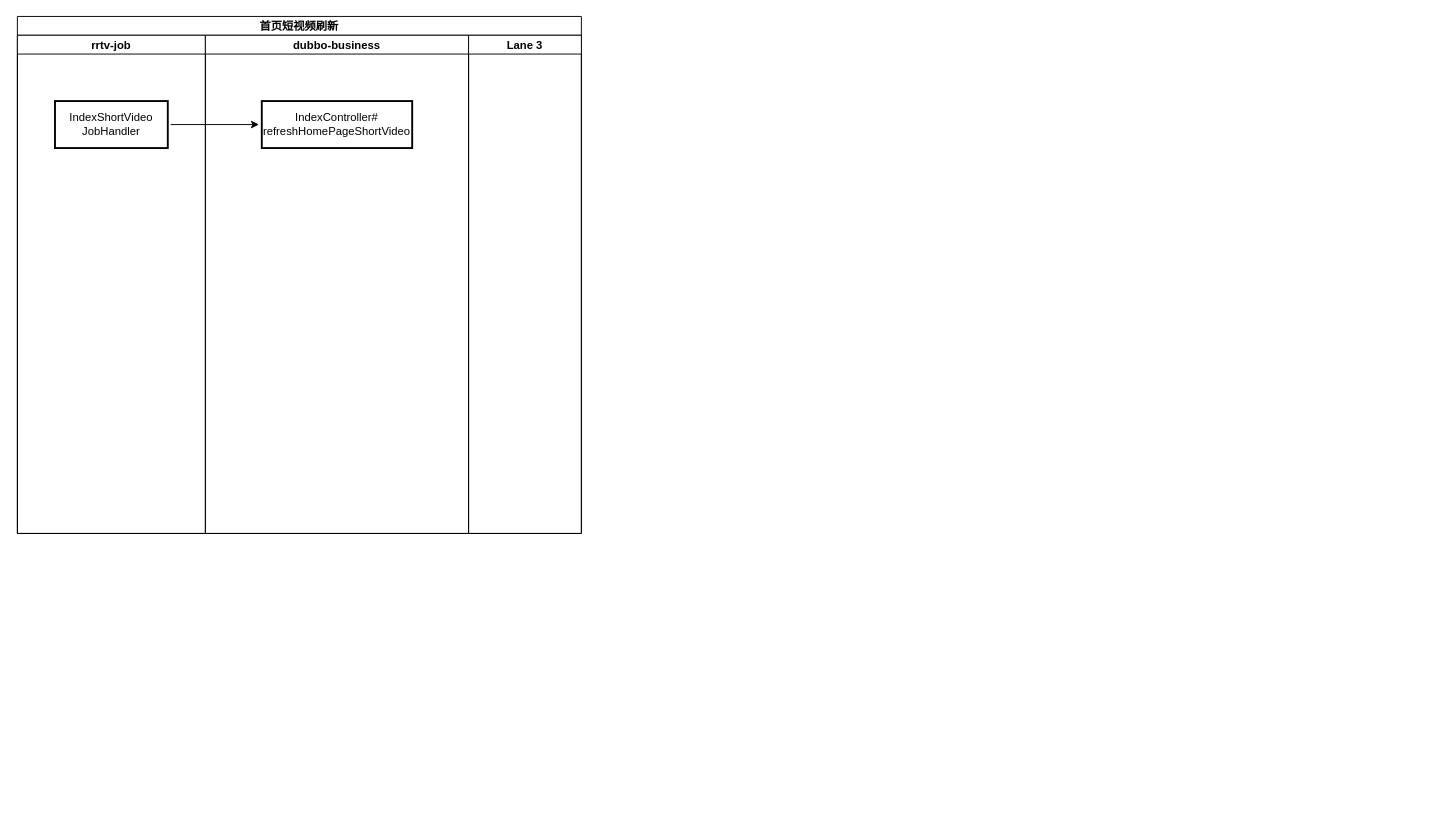
Above: page "首页job" (2 of 2) of 增量是否有版权.drawio in songmulin/rr-business (draw.io), before the change. Source tidied: cells renumbered, new cells numbered last; positions are measured from the earlier drawing's top-left corner, leaving out a move shared by most shapes. Both pictures are drawn from the tidied source at 94%, with x=0, y=0 at pixel (17, 16).
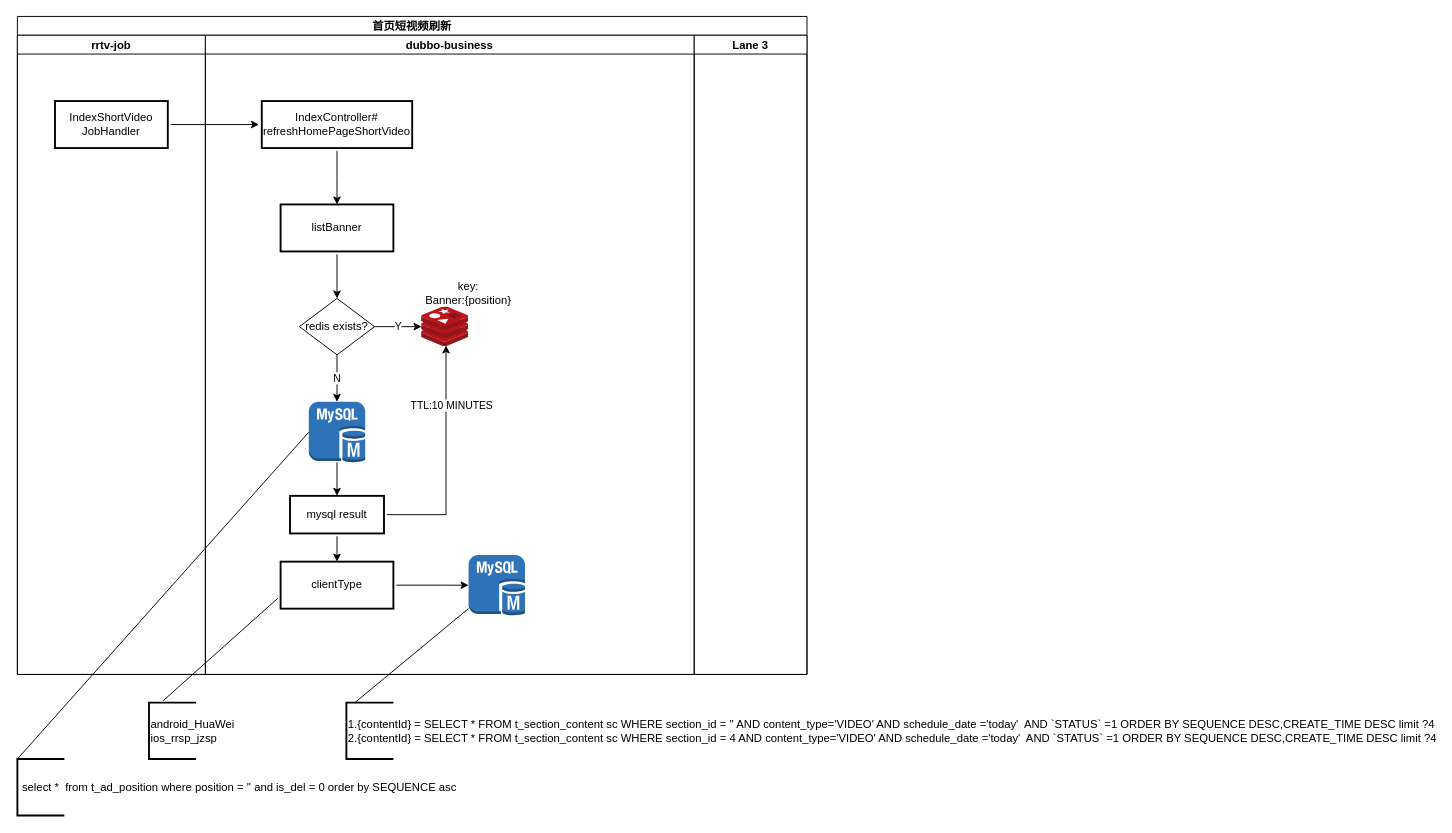
The same page after the edit.

The change refers to these unchanged cells:
```xml
<mxCell id="6" value="IndexController#&lt;br&gt;refreshHomePageShortVideo" style="rounded=0;whiteSpace=wrap;html=1;hachureGap=4;strokeWidth=2;perimeterSpacing=3;direction=west;" parent="5" vertex="1">
  <mxGeometry x="60" y="70" width="160" height="50" as="geometry" />
</mxCell>
```

What changed in the source:
```diff
@@
     <mxCell id="2" value="首页短视频刷新" style="swimlane;startSize=20;hachureGap=4;" parent="1" vertex="1">
-      <mxGeometry width="600" height="550" as="geometry" />
+      <mxGeometry width="840" height="700" as="geometry" />
     </mxCell>
     <mxCell id="3" value="rrtv-job" style="swimlane;startSize=20;" parent="2" vertex="1">
-      <mxGeometry y="20" width="200" height="530" as="geometry" />
+      <mxGeometry y="20" width="200" height="680" as="geometry" />
     </mxCell>
@@
     <mxCell id="5" value="dubbo-business" style="swimlane;startSize=20;" parent="2" vertex="1">
-      <mxGeometry x="200" y="20" width="280" height="530" as="geometry" />
+      <mxGeometry x="200" y="20" width="520" height="680" as="geometry" />
     </mxCell>
@@
+    <mxCell id="9" value="listBanner" style="rounded=0;whiteSpace=wrap;html=1;hachureGap=4;strokeWidth=2;perimeterSpacing=3;direction=west;" parent="5" vertex="1">
+      <mxGeometry x="80" y="180" width="120" height="50" as="geometry" />
+    </mxCell>
+    <mxCell id="10" value="redis exists?" style="rhombus;whiteSpace=wrap;html=1;" parent="5" vertex="1">
+      <mxGeometry x="100" y="280" width="80" height="60" as="geometry" />
+    </mxCell>
+    <mxCell id="11" style="sketch=0;html=1;points=[];align=center;image;fontSize=12;image=img/lib/mscae/Cache_Redis_Product.svg;" parent="5" vertex="1">
+      <mxGeometry x="230" y="289" width="50" height="42" as="geometry" />
+    </mxCell>
+    <mxCell id="12" value="key:&lt;br&gt;Banner:{position}" style="text;html=1;strokeColor=none;fillColor=none;align=center;verticalAlign=middle;whiteSpace=wrap;rounded=0;" parent="5" vertex="1">
+      <mxGeometry x="230" y="258" width="100" height="31" as="geometry" />
+    </mxCell>
+    <mxCell id="13" style="outlineConnect=0;dashed=0;verticalLabelPosition=bottom;verticalAlign=top;align=center;html=1;shape=mxgraph.aws3.mysql_db_instance;fillColor=#2E73B8;gradientColor=none;" parent="5" vertex="1">
+      <mxGeometry x="110" y="390" width="60" height="64.5" as="geometry" />
+    </mxCell>
+    <mxCell id="14" style="edgeStyle=orthogonalEdgeStyle;rounded=0;jettySize=auto;html=1;entryX=0.52;entryY=0.976;entryDx=0;entryDy=0;entryPerimeter=0;" parent="5" edge="1" source="16" target="11">
+      <mxGeometry relative="1" as="geometry" />
+    </mxCell>
+    <mxCell id="15" value="TTL:10 MINUTES" style="edgeLabel;html=1;align=center;verticalAlign=middle;" parent="14" vertex="1">
+      <mxGeometry x="0.48" y="-5" relative="1" as="geometry" />
+    </mxCell>
+    <mxCell id="16" value="mysql result" style="rounded=0;whiteSpace=wrap;html=1;hachureGap=4;strokeWidth=2;perimeterSpacing=3;direction=west;" parent="5" vertex="1">
+      <mxGeometry x="90" y="490" width="100" height="40" as="geometry" />
+    </mxCell>
+    <mxCell id="17" value="clientType" style="rounded=0;whiteSpace=wrap;html=1;hachureGap=4;strokeWidth=2;perimeterSpacing=3;direction=west;" parent="5" vertex="1">
+      <mxGeometry x="80" y="560" width="120" height="50" as="geometry" />
+    </mxCell>
+    <mxCell id="18" style="outlineConnect=0;dashed=0;verticalLabelPosition=bottom;verticalAlign=top;align=center;html=1;shape=mxgraph.aws3.mysql_db_instance;fillColor=#2E73B8;gradientColor=none;" parent="5" vertex="1">
+      <mxGeometry x="280" y="552.8" width="60" height="64.5" as="geometry" />
+    </mxCell>
+    <mxCell id="19" style="edgeStyle=orthogonalEdgeStyle;rounded=0;jettySize=auto;html=1;entryX=0;entryY=0.5;entryDx=0;entryDy=0;entryPerimeter=0;" parent="5" edge="1" source="17" target="18">
+      <mxGeometry relative="1" as="geometry" />
+    </mxCell>
     <mxCell id="7" value="Lane 3" style="swimlane;startSize=20;" parent="2" vertex="1">
-      <mxGeometry x="480" y="20" width="120" height="530" as="geometry" />
+      <mxGeometry x="720" y="20" width="120" height="680" as="geometry" />
     </mxCell>
@@
+    <mxCell id="20" style="edgeStyle=orthogonalEdgeStyle;rounded=0;jettySize=auto;html=1;" parent="1" edge="1" source="6">
+      <mxGeometry relative="1" as="geometry">
+        <mxPoint x="340" y="200" as="targetPoint" />
+      </mxGeometry>
+    </mxCell>
+    <mxCell id="21" style="edgeStyle=orthogonalEdgeStyle;rounded=0;jettySize=auto;html=1;" parent="1" edge="1" source="9">
+      <mxGeometry relative="1" as="geometry">
+        <mxPoint x="340" y="300" as="targetPoint" />
+      </mxGeometry>
+    </mxCell>
+    <mxCell id="22" value="Y" style="edgeStyle=orthogonalEdgeStyle;rounded=0;jettySize=auto;html=1;" parent="1" edge="1" source="10">
+      <mxGeometry relative="1" as="geometry">
+        <mxPoint x="430" y="330" as="targetPoint" />
+      </mxGeometry>
+    </mxCell>
+    <mxCell id="23" value="N" style="edgeStyle=orthogonalEdgeStyle;rounded=0;jettySize=auto;html=1;" parent="1" edge="1" source="10">
+      <mxGeometry relative="1" as="geometry">
+        <mxPoint x="340" y="410" as="targetPoint" />
+      </mxGeometry>
+    </mxCell>
+    <mxCell id="24" value="&amp;nbsp;select *&amp;nbsp; from t_ad_position where position = '' and is_del = 0 order by SEQUENCE asc&amp;nbsp;" style="strokeWidth=2;html=1;shape=mxgraph.flowchart.annotation_1;align=left;" parent="1" vertex="1">
+      <mxGeometry y="790" width="50" height="60" as="geometry" />
+    </mxCell>
+    <mxCell id="25" style="edgeStyle=orthogonalEdgeStyle;rounded=0;jettySize=auto;html=1;" parent="1" edge="1" source="13">
+      <mxGeometry relative="1" as="geometry">
+        <mxPoint x="340" y="510" as="targetPoint" />
+      </mxGeometry>
+    </mxCell>
+    <mxCell id="26" style="endArrow=none;html=1;rounded=0;entryX=0;entryY=0.5;entryDx=0;entryDy=0;entryPerimeter=0;exitX=0;exitY=0;exitDx=0;exitDy=0;exitPerimeter=0;" parent="1" edge="1" source="24" target="13">
+      <mxGeometry relative="1" as="geometry" />
+    </mxCell>
+    <mxCell id="27" style="edgeStyle=orthogonalEdgeStyle;rounded=0;jettySize=auto;html=1;" parent="1" edge="1" source="16">
+      <mxGeometry relative="1" as="geometry">
+        <mxPoint x="340" y="580" as="targetPoint" />
+      </mxGeometry>
+    </mxCell>
+    <mxCell id="28" value="android_HuaWei&lt;br&gt;ios_rrsp_jzsp" style="strokeWidth=2;html=1;shape=mxgraph.flowchart.annotation_1;align=left;" parent="1" vertex="1">
+      <mxGeometry x="140" y="730" width="50" height="60" as="geometry" />
+    </mxCell>
+    <mxCell id="29" style="endArrow=none;html=1;rounded=0;exitX=0.3;exitY=-0.033;exitDx=0;exitDy=0;exitPerimeter=0;entryX=1;entryY=0.25;entryDx=0;entryDy=0;" parent="1" edge="1" source="28" target="17">
+      <mxGeometry relative="1" as="geometry" />
+    </mxCell>
+    <mxCell id="30" value="1.{contentId} = SELECT * FROM t_section_content sc WHERE section_id = '' AND content_type='VIDEO' AND schedule_date ='today'&amp;nbsp; AND `STATUS` =1 ORDER BY SEQUENCE DESC,CREATE_TIME DESC limit ?4&lt;br&gt;2.{contentId} =&amp;nbsp;SELECT * FROM t_section_content sc WHERE section_id = 4 AND content_type='VIDEO' AND schedule_date ='today'&amp;nbsp; AND `STATUS` =1 ORDER BY SEQUENCE DESC,CREATE_TIME DESC limit ?4" style="strokeWidth=2;html=1;shape=mxgraph.flowchart.annotation_1;align=left;" parent="1" vertex="1">
+      <mxGeometry x="350" y="730" width="50" height="60" as="geometry" />
+    </mxCell>
+    <mxCell id="31" style="endArrow=none;html=1;rounded=0;exitX=0.18;exitY=0;exitDx=0;exitDy=0;exitPerimeter=0;" parent="1" edge="1" source="30" target="18">
+      <mxGeometry relative="1" as="geometry" />
+    </mxCell>
```
